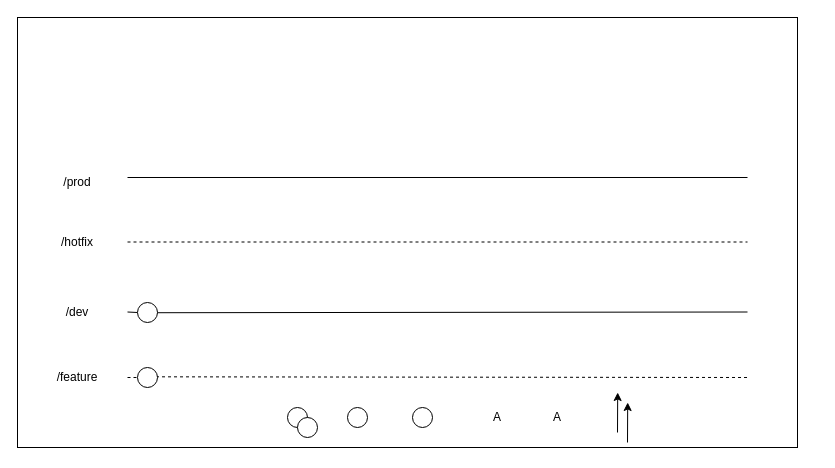
Above: branches.drawio in Sri-git-acc/python (draw.io), before the change. Source tidied: cells renumbered, new cells numbered last; positions are measured from the earlier drawing's top-left corner, leaving out a move shared by most shapes. Both pictures are drawn from the tidied source at 100%, with x=0, y=0 at pixel (17, 17).
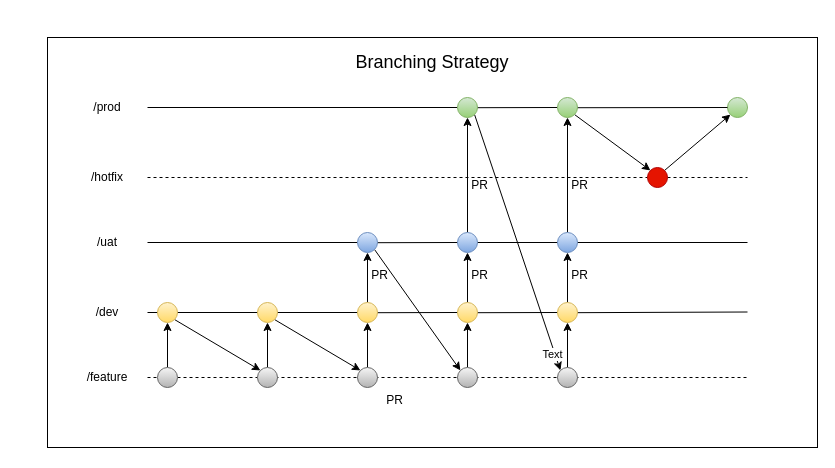
Above is the later version.

What changed in the source:
```diff
@@
     <mxCell id="2" style="rounded=0;whiteSpace=wrap;html=1;" parent="1" vertex="1">
-      <mxGeometry width="780" height="430" as="geometry" />
+      <mxGeometry x="30" y="20" width="770" height="410" as="geometry" />
     </mxCell>
-    <mxCell id="3" style="endArrow=none;html=1;rounded=0;entryX=0.179;entryY=0.512;entryDx=0;entryDy=0;entryPerimeter=0;" parent="1" edge="1" source="19">
+    <mxCell id="3" style="endArrow=none;html=1;rounded=0;" parent="1" edge="1" source="19">
       <mxGeometry relative="1" as="geometry">
-        <mxPoint x="110" y="294.5" as="targetPoint" />
+        <mxPoint x="130" y="295" as="targetPoint" />
       </mxGeometry>
     </mxCell>
-    <mxCell id="4" style="endArrow=none;dashed=1;html=1;rounded=0;exitX=0.026;exitY=0.465;exitDx=0;exitDy=0;exitPerimeter=0;" parent="1" edge="1">
+    <mxCell id="4" style="endArrow=none;dashed=1;html=1;rounded=0;exitX=1;exitY=0.5;exitDx=0;exitDy=0;" parent="1" edge="1" source="67">
       <mxGeometry relative="1" as="geometry">
-        <mxPoint x="110" y="224.5" as="sourcePoint" />
-        <mxPoint x="730" y="224.5" as="targetPoint" />
+        <mxPoint x="730" y="160" as="targetPoint" />
       </mxGeometry>
     </mxCell>
-    <mxCell id="5" style="endArrow=none;dashed=1;html=1;rounded=0;exitX=0.026;exitY=0.465;exitDx=0;exitDy=0;exitPerimeter=0;" parent="1" edge="1" source="7">
+    <mxCell id="5" style="endArrow=none;dashed=1;html=1;rounded=0;exitX=0;exitY=0.5;exitDx=0;exitDy=0;" parent="1" edge="1" source="70">
       <mxGeometry relative="1" as="geometry">
         <mxPoint x="730" y="360" as="targetPoint" />
       </mxGeometry>
     </mxCell>
-    <mxCell id="6" style="endArrow=none;dashed=1;html=1;rounded=0;exitX=0.026;exitY=0.465;exitDx=0;exitDy=0;exitPerimeter=0;" parent="1" edge="1" target="7">
-      <mxGeometry relative="1" as="geometry">
-        <mxPoint x="110" y="360" as="sourcePoint" />
-      </mxGeometry>
-    </mxCell>
-    <mxCell id="7" style="ellipse;whiteSpace=wrap;html=1;" parent="1" vertex="1">
-      <mxGeometry x="120" y="350" width="20" height="20" as="geometry" />
-    </mxCell>
-    <mxCell id="8" style="ellipse;whiteSpace=wrap;html=1;" parent="1" vertex="1">
-      <mxGeometry x="270" y="390" width="20" height="20" as="geometry" />
-    </mxCell>
-    <mxCell id="9" style="ellipse;whiteSpace=wrap;html=1;" parent="1" vertex="1">
-      <mxGeometry x="395" y="390" width="20" height="20" as="geometry" />
-    </mxCell>
-    <mxCell id="10" style="ellipse;whiteSpace=wrap;html=1;" parent="1" vertex="1">
-      <mxGeometry x="330" y="390" width="20" height="20" as="geometry" />
-    </mxCell>
-    <mxCell id="11" style="endArrow=none;html=1;rounded=0;entryX=0.179;entryY=0.512;entryDx=0;entryDy=0;entryPerimeter=0;" parent="1" edge="1">
-      <mxGeometry relative="1" as="geometry">
-        <mxPoint x="730" y="160" as="sourcePoint" />
-        <mxPoint x="110" y="160" as="targetPoint" />
-      </mxGeometry>
-    </mxCell>
     <mxCell id="12" value="/dev" style="text;html=1;whiteSpace=wrap;strokeColor=none;fillColor=none;align=center;verticalAlign=middle;rounded=0;" parent="1" vertex="1">
-      <mxGeometry x="30" y="280" width="60" height="30" as="geometry" />
+      <mxGeometry x="60" y="280" width="60" height="30" as="geometry" />
     </mxCell>
     <mxCell id="13" value="/feature" style="text;html=1;whiteSpace=wrap;strokeColor=none;fillColor=none;align=center;verticalAlign=middle;rounded=0;" parent="1" vertex="1">
-      <mxGeometry x="30" y="345" width="60" height="30" as="geometry" />
+      <mxGeometry x="60" y="345" width="60" height="30" as="geometry" />
     </mxCell>
     <mxCell id="14" value="/hotfix" style="text;html=1;whiteSpace=wrap;strokeColor=none;fillColor=none;align=center;verticalAlign=middle;rounded=0;" parent="1" vertex="1">
-      <mxGeometry x="30" y="210" width="60" height="30" as="geometry" />
+      <mxGeometry x="60" y="145" width="60" height="30" as="geometry" />
     </mxCell>
     <mxCell id="15" value="/prod" style="text;html=1;whiteSpace=wrap;strokeColor=none;fillColor=none;align=center;verticalAlign=middle;rounded=0;" parent="1" vertex="1">
-      <mxGeometry x="30" y="150" width="60" height="30" as="geometry" />
+      <mxGeometry x="60" y="75" width="60" height="30" as="geometry" />
     </mxCell>
-    <mxCell id="16" value="A" style="text;html=1;whiteSpace=wrap;strokeColor=none;fillColor=none;align=center;verticalAlign=middle;rounded=0;" parent="1" vertex="1">
-      <mxGeometry x="470" y="390" width="20" height="20" as="geometry" />
-    </mxCell>
-    <mxCell id="17" value="A" style="text;html=1;whiteSpace=wrap;strokeColor=none;fillColor=none;align=center;verticalAlign=middle;rounded=0;" parent="1" vertex="1">
-      <mxGeometry x="530" y="390" width="20" height="20" as="geometry" />
-    </mxCell>
-    <mxCell id="18" style="endArrow=none;html=1;rounded=0;entryX=0.179;entryY=0.512;entryDx=0;entryDy=0;entryPerimeter=0;" parent="1" edge="1" target="19">
-      <mxGeometry relative="1" as="geometry">
-        <mxPoint x="730" y="294.5" as="sourcePoint" />
-      </mxGeometry>
+    <mxCell id="18" style="endArrow=none;html=1;rounded=0;entryX=0;entryY=0.5;entryDx=0;entryDy=0;" parent="1" edge="1" source="31" target="19">
+      <mxGeometry relative="1" as="geometry" />
     </mxCell>
+    <mxCell id="23" style="rounded=0;jettySize=auto;html=1;exitX=1;exitY=1;exitDx=0;exitDy=0;entryX=0;entryY=0;entryDx=0;entryDy=0;" parent="1" edge="1" source="19" target="22">
+      <mxGeometry relative="1" as="geometry" />
+    </mxCell>
-    <mxCell id="19" style="ellipse;whiteSpace=wrap;html=1;" parent="1" vertex="1">
-      <mxGeometry x="120" y="285" width="20" height="20" as="geometry" />
+    <mxCell id="19" style="ellipse;whiteSpace=wrap;html=1;fillColor=#fff2cc;gradientColor=#ffd966;strokeColor=#d6b656;" parent="1" vertex="1">
+      <mxGeometry x="140" y="285" width="20" height="20" as="geometry" />
     </mxCell>
-    <mxCell id="20" style="endArrow=classic;html=1;rounded=0;" parent="1" edge="1">
-      <mxGeometry relative="1" as="geometry">
-        <mxPoint x="600" y="415" as="sourcePoint" />
-        <mxPoint x="600.2" y="375" as="targetPoint" />
-      </mxGeometry>
-    </mxCell>
-    <mxCell id="21" style="endArrow=classic;html=1;rounded=0;" parent="1" edge="1">
-      <mxGeometry relative="1" as="geometry">
-        <mxPoint x="610" y="425" as="sourcePoint" />
-        <mxPoint x="610.2" y="385" as="targetPoint" />
-      </mxGeometry>
-    </mxCell>
+    <mxCell id="24" style="endArrow=none;dashed=1;html=1;rounded=0;entryX=0;entryY=0.5;entryDx=0;entryDy=0;" parent="1" edge="1" source="10" target="22">
+      <mxGeometry relative="1" as="geometry" />
+    </mxCell>
+    <mxCell id="25" style="endArrow=none;dashed=1;html=1;rounded=0;exitX=0;exitY=0.5;exitDx=0;exitDy=0;" parent="1" edge="1" source="22" target="72">
+      <mxGeometry relative="1" as="geometry" />
+    </mxCell>
+    <mxCell id="26" style="edgeStyle=orthogonalEdgeStyle;rounded=0;jettySize=auto;html=1;exitX=0.5;exitY=0;exitDx=0;exitDy=0;entryX=0.5;entryY=1;entryDx=0;entryDy=0;" parent="1" edge="1" source="22" target="31">
+      <mxGeometry relative="1" as="geometry" />
+    </mxCell>
-    <mxCell id="22" style="ellipse;whiteSpace=wrap;html=1;" parent="1" vertex="1">
-      <mxGeometry x="280" y="400" width="20" height="20" as="geometry" />
+    <mxCell id="22" style="ellipse;whiteSpace=wrap;html=1;fillColor=#f5f5f5;gradientColor=#b3b3b3;strokeColor=#666666;" parent="1" vertex="1">
+      <mxGeometry x="240" y="350" width="20" height="20" as="geometry" />
     </mxCell>
+    <mxCell id="27" style="endArrow=none;dashed=1;html=1;rounded=0;" parent="1" edge="1" target="10">
+      <mxGeometry relative="1" as="geometry">
+        <mxPoint x="130" y="360" as="sourcePoint" />
+      </mxGeometry>
+    </mxCell>
+    <mxCell id="28" style="rounded=0;jettySize=auto;html=1;exitX=0.5;exitY=0;exitDx=0;exitDy=0;entryX=0.5;entryY=1;entryDx=0;entryDy=0;" parent="1" edge="1" source="10" target="19">
+      <mxGeometry relative="1" as="geometry" />
+    </mxCell>
+    <mxCell id="10" style="ellipse;whiteSpace=wrap;html=1;fillColor=#f5f5f5;gradientColor=#b3b3b3;strokeColor=#666666;" parent="1" vertex="1">
+      <mxGeometry x="140" y="350" width="20" height="20" as="geometry" />
+    </mxCell>
+    <mxCell id="29" style="endArrow=none;html=1;rounded=0;entryX=0;entryY=0.5;entryDx=0;entryDy=0;" parent="1" edge="1" source="34" target="31">
+      <mxGeometry relative="1" as="geometry" />
+    </mxCell>
+    <mxCell id="30" style="rounded=0;jettySize=auto;html=1;exitX=1;exitY=1;exitDx=0;exitDy=0;entryX=0;entryY=0;entryDx=0;entryDy=0;" parent="1" edge="1" source="31" target="72">
+      <mxGeometry relative="1" as="geometry" />
+    </mxCell>
+    <mxCell id="31" style="ellipse;whiteSpace=wrap;html=1;fillColor=#fff2cc;gradientColor=#ffd966;strokeColor=#d6b656;" parent="1" vertex="1">
+      <mxGeometry x="240" y="285" width="20" height="20" as="geometry" />
+    </mxCell>
+    <mxCell id="32" style="endArrow=none;html=1;rounded=0;entryX=0.179;entryY=0.512;entryDx=0;entryDy=0;entryPerimeter=0;" parent="1" edge="1" source="44" target="34">
+      <mxGeometry relative="1" as="geometry" />
+    </mxCell>
+    <mxCell id="33" style="edgeStyle=orthogonalEdgeStyle;rounded=0;jettySize=auto;html=1;exitX=0.5;exitY=0;exitDx=0;exitDy=0;entryX=0.5;entryY=1;entryDx=0;entryDy=0;" parent="1" edge="1" source="34" target="40">
+      <mxGeometry relative="1" as="geometry" />
+    </mxCell>
+    <mxCell id="34" style="ellipse;whiteSpace=wrap;html=1;fillColor=#fff2cc;gradientColor=#ffd966;strokeColor=#d6b656;" parent="1" vertex="1">
+      <mxGeometry x="340" y="285" width="20" height="20" as="geometry" />
+    </mxCell>
+    <mxCell id="35" style="endArrow=none;html=1;rounded=0;" parent="1" edge="1" source="40">
+      <mxGeometry relative="1" as="geometry">
+        <mxPoint x="130" y="225" as="targetPoint" />
+      </mxGeometry>
+    </mxCell>
+    <mxCell id="36" style="endArrow=none;html=1;rounded=0;" parent="1" edge="1" source="9">
+      <mxGeometry relative="1" as="geometry">
+        <mxPoint x="130" y="90" as="targetPoint" />
+      </mxGeometry>
+    </mxCell>
+    <mxCell id="37" value="/uat" style="text;html=1;whiteSpace=wrap;strokeColor=none;fillColor=none;align=center;verticalAlign=middle;rounded=0;" parent="1" vertex="1">
+      <mxGeometry x="60" y="210" width="60" height="30" as="geometry" />
+    </mxCell>
+    <mxCell id="38" style="endArrow=none;html=1;rounded=0;entryX=0.179;entryY=0.512;entryDx=0;entryDy=0;entryPerimeter=0;" parent="1" edge="1" source="47" target="40">
+      <mxGeometry relative="1" as="geometry" />
+    </mxCell>
+    <mxCell id="39" style="rounded=0;jettySize=auto;html=1;exitX=1;exitY=1;exitDx=0;exitDy=0;entryX=0;entryY=0;entryDx=0;entryDy=0;" parent="1" edge="1" source="40" target="71">
+      <mxGeometry relative="1" as="geometry" />
+    </mxCell>
+    <mxCell id="40" style="ellipse;whiteSpace=wrap;html=1;fillColor=#dae8fc;strokeColor=#6c8ebf;gradientColor=#7ea6e0;" parent="1" vertex="1">
+      <mxGeometry x="340" y="215" width="20" height="20" as="geometry" />
+    </mxCell>
+    <mxCell id="41" style="edgeStyle=orthogonalEdgeStyle;rounded=0;jettySize=auto;html=1;exitX=0.5;exitY=0;exitDx=0;exitDy=0;entryX=0.5;entryY=1;entryDx=0;entryDy=0;" parent="1" edge="1" source="72" target="34">
+      <mxGeometry relative="1" as="geometry" />
+    </mxCell>
+    <mxCell id="42" style="endArrow=none;html=1;rounded=0;entryX=0.179;entryY=0.512;entryDx=0;entryDy=0;entryPerimeter=0;" parent="1" edge="1" source="69" target="44">
+      <mxGeometry relative="1" as="geometry" />
+    </mxCell>
+    <mxCell id="43" style="edgeStyle=orthogonalEdgeStyle;rounded=0;jettySize=auto;html=1;exitX=0.5;exitY=0;exitDx=0;exitDy=0;entryX=0.5;entryY=1;entryDx=0;entryDy=0;" parent="1" edge="1" source="44" target="47">
+      <mxGeometry relative="1" as="geometry" />
+    </mxCell>
+    <mxCell id="44" style="ellipse;whiteSpace=wrap;html=1;fillColor=#fff2cc;gradientColor=#ffd966;strokeColor=#d6b656;" parent="1" vertex="1">
+      <mxGeometry x="440" y="285" width="20" height="20" as="geometry" />
+    </mxCell>
+    <mxCell id="45" style="endArrow=none;html=1;rounded=0;entryX=0;entryY=0.5;entryDx=0;entryDy=0;" parent="1" edge="1" source="61" target="47">
+      <mxGeometry relative="1" as="geometry" />
+    </mxCell>
+    <mxCell id="46" style="edgeStyle=orthogonalEdgeStyle;rounded=0;jettySize=auto;html=1;exitX=0.5;exitY=0;exitDx=0;exitDy=0;entryX=0.5;entryY=1;entryDx=0;entryDy=0;" parent="1" edge="1" source="47" target="9">
+      <mxGeometry relative="1" as="geometry" />
+    </mxCell>
+    <mxCell id="47" style="ellipse;whiteSpace=wrap;html=1;fillColor=#dae8fc;strokeColor=#6c8ebf;gradientColor=#7ea6e0;" parent="1" vertex="1">
+      <mxGeometry x="440" y="215" width="20" height="20" as="geometry" />
+    </mxCell>
+    <mxCell id="48" style="endArrow=none;html=1;rounded=0;entryX=0.179;entryY=0.512;entryDx=0;entryDy=0;entryPerimeter=0;" parent="1" edge="1" source="64" target="9">
+      <mxGeometry relative="1" as="geometry" />
+    </mxCell>
+    <mxCell id="49" style="rounded=0;jettySize=auto;html=1;exitX=1;exitY=1;exitDx=0;exitDy=0;entryX=0;entryY=0;entryDx=0;entryDy=0;" parent="1" edge="1" source="9" target="70">
+      <mxGeometry relative="1" as="geometry" />
+    </mxCell>
+    <mxCell id="50" value="Text" style="edgeLabel;html=1;align=center;verticalAlign=middle;" parent="49" vertex="1">
+      <mxGeometry x="0.87" y="-3" relative="1" as="geometry" />
+    </mxCell>
+    <mxCell id="9" style="ellipse;whiteSpace=wrap;html=1;fillColor=#d5e8d4;gradientColor=#97d077;strokeColor=#82b366;" parent="1" vertex="1">
+      <mxGeometry x="440" y="80" width="20" height="20" as="geometry" />
+    </mxCell>
+    <mxCell id="51" style="endArrow=none;dashed=1;html=1;rounded=0;exitX=0;exitY=0.5;exitDx=0;exitDy=0;entryX=0;entryY=0.5;entryDx=0;entryDy=0;" parent="1" edge="1" source="72" target="71">
+      <mxGeometry relative="1" as="geometry" />
+    </mxCell>
+    <mxCell id="52" style="edgeStyle=orthogonalEdgeStyle;rounded=0;jettySize=auto;html=1;exitX=0.5;exitY=0;exitDx=0;exitDy=0;entryX=0.5;entryY=1;entryDx=0;entryDy=0;" parent="1" edge="1" source="71" target="44">
+      <mxGeometry relative="1" as="geometry" />
+    </mxCell>
+    <mxCell id="53" style="endArrow=none;dashed=1;html=1;rounded=0;exitX=0;exitY=0.5;exitDx=0;exitDy=0;entryX=0;entryY=0.5;entryDx=0;entryDy=0;" parent="1" edge="1" source="71" target="70">
+      <mxGeometry relative="1" as="geometry" />
+    </mxCell>
+    <mxCell id="54" style="edgeStyle=orthogonalEdgeStyle;rounded=0;jettySize=auto;html=1;exitX=0.5;exitY=0;exitDx=0;exitDy=0;entryX=0.5;entryY=1;entryDx=0;entryDy=0;" parent="1" edge="1" source="70" target="69">
+      <mxGeometry relative="1" as="geometry" />
+    </mxCell>
+    <mxCell id="55" style="endArrow=none;dashed=1;html=1;rounded=0;exitX=0;exitY=0.5;exitDx=0;exitDy=0;" parent="1" edge="1">
+      <mxGeometry relative="1" as="geometry">
+        <mxPoint x="460" y="360" as="sourcePoint" />
+        <mxPoint x="460" y="360" as="targetPoint" />
+      </mxGeometry>
+    </mxCell>
+    <mxCell id="56" style="endArrow=none;html=1;rounded=0;entryX=0.179;entryY=0.512;entryDx=0;entryDy=0;entryPerimeter=0;" parent="1" edge="1" target="57">
+      <mxGeometry relative="1" as="geometry">
+        <mxPoint x="730" y="90" as="sourcePoint" />
+      </mxGeometry>
+    </mxCell>
+    <mxCell id="57" style="ellipse;whiteSpace=wrap;html=1;fillColor=#d5e8d4;gradientColor=#97d077;strokeColor=#82b366;" parent="1" vertex="1">
+      <mxGeometry x="710" y="80" width="20" height="20" as="geometry" />
+    </mxCell>
+    <mxCell id="58" style="edgeStyle=orthogonalEdgeStyle;rounded=0;jettySize=auto;html=1;exitX=0.5;exitY=0;exitDx=0;exitDy=0;entryX=0.5;entryY=1;entryDx=0;entryDy=0;" parent="1" edge="1" source="69" target="61">
+      <mxGeometry relative="1" as="geometry" />
+    </mxCell>
+    <mxCell id="59" style="endArrow=none;html=1;rounded=0;entryX=0;entryY=0.5;entryDx=0;entryDy=0;" parent="1" edge="1" target="61">
+      <mxGeometry relative="1" as="geometry">
+        <mxPoint x="730" y="225" as="sourcePoint" />
+      </mxGeometry>
+    </mxCell>
+    <mxCell id="60" style="edgeStyle=orthogonalEdgeStyle;rounded=0;jettySize=auto;html=1;exitX=0.5;exitY=0;exitDx=0;exitDy=0;entryX=0.5;entryY=1;entryDx=0;entryDy=0;" parent="1" edge="1" source="61" target="64">
+      <mxGeometry relative="1" as="geometry" />
+    </mxCell>
+    <mxCell id="61" style="ellipse;whiteSpace=wrap;html=1;fillColor=#dae8fc;strokeColor=#6c8ebf;gradientColor=#7ea6e0;" parent="1" vertex="1">
+      <mxGeometry x="540" y="215" width="20" height="20" as="geometry" />
+    </mxCell>
+    <mxCell id="62" style="endArrow=none;html=1;rounded=0;entryX=0.179;entryY=0.512;entryDx=0;entryDy=0;entryPerimeter=0;" parent="1" edge="1" source="57" target="64">
+      <mxGeometry relative="1" as="geometry" />
+    </mxCell>
+    <mxCell id="63" style="rounded=0;jettySize=auto;html=1;exitX=1;exitY=1;exitDx=0;exitDy=0;entryX=0;entryY=0;entryDx=0;entryDy=0;" parent="1" edge="1" source="64" target="67">
+      <mxGeometry relative="1" as="geometry" />
+    </mxCell>
+    <mxCell id="64" style="ellipse;whiteSpace=wrap;html=1;fillColor=#d5e8d4;gradientColor=#97d077;strokeColor=#82b366;" parent="1" vertex="1">
+      <mxGeometry x="540" y="80" width="20" height="20" as="geometry" />
+    </mxCell>
+    <mxCell id="65" style="endArrow=none;dashed=1;html=1;rounded=0;entryX=0;entryY=0.5;entryDx=0;entryDy=0;" parent="1" edge="1" target="67">
+      <mxGeometry relative="1" as="geometry">
+        <mxPoint x="130" y="160" as="sourcePoint" />
+      </mxGeometry>
+    </mxCell>
+    <mxCell id="66" style="rounded=0;jettySize=auto;html=1;exitX=1;exitY=0;exitDx=0;exitDy=0;entryX=0;entryY=1;entryDx=0;entryDy=0;" parent="1" edge="1" source="67" target="57">
+      <mxGeometry relative="1" as="geometry" />
+    </mxCell>
+    <mxCell id="67" style="ellipse;whiteSpace=wrap;html=1;fillColor=#e51400;fontColor=#ffffff;strokeColor=#B20000;" parent="1" vertex="1">
+      <mxGeometry x="630" y="150" width="20" height="20" as="geometry" />
+    </mxCell>
+    <mxCell id="68" style="endArrow=none;html=1;rounded=0;entryX=0.179;entryY=0.512;entryDx=0;entryDy=0;entryPerimeter=0;" parent="1" edge="1" target="69">
+      <mxGeometry relative="1" as="geometry">
+        <mxPoint x="730" y="294.5" as="sourcePoint" />
+      </mxGeometry>
+    </mxCell>
+    <mxCell id="69" style="ellipse;whiteSpace=wrap;html=1;fillColor=#fff2cc;gradientColor=#ffd966;strokeColor=#d6b656;" parent="1" vertex="1">
+      <mxGeometry x="540" y="285" width="20" height="20" as="geometry" />
+    </mxCell>
+    <mxCell id="70" style="ellipse;whiteSpace=wrap;html=1;fillColor=#f5f5f5;gradientColor=#b3b3b3;strokeColor=#666666;" parent="1" vertex="1">
+      <mxGeometry x="540" y="350" width="20" height="20" as="geometry" />
+    </mxCell>
+    <mxCell id="71" style="ellipse;whiteSpace=wrap;html=1;fillColor=#f5f5f5;gradientColor=#b3b3b3;strokeColor=#666666;" parent="1" vertex="1">
+      <mxGeometry x="440" y="350" width="20" height="20" as="geometry" />
+    </mxCell>
+    <mxCell id="72" style="ellipse;whiteSpace=wrap;html=1;fillColor=#f5f5f5;gradientColor=#b3b3b3;strokeColor=#666666;" parent="1" vertex="1">
+      <mxGeometry x="340" y="350" width="20" height="20" as="geometry" />
+    </mxCell>
+    <mxCell id="73" value="PR" style="text;html=1;whiteSpace=wrap;strokeColor=none;fillColor=none;align=center;verticalAlign=middle;rounded=0;" parent="1" vertex="1">
+      <mxGeometry x="355" y="375" width="45" height="15" as="geometry" />
+    </mxCell>
+    <mxCell id="74" value="PR" style="text;html=1;whiteSpace=wrap;strokeColor=none;fillColor=none;align=center;verticalAlign=middle;rounded=0;" parent="1" vertex="1">
+      <mxGeometry x="540" y="160" width="45" height="15" as="geometry" />
+    </mxCell>
+    <mxCell id="75" value="PR" style="text;html=1;whiteSpace=wrap;strokeColor=none;fillColor=none;align=center;verticalAlign=middle;rounded=0;" parent="1" vertex="1">
+      <mxGeometry x="440" y="250" width="45" height="15" as="geometry" />
+    </mxCell>
+    <mxCell id="76" value="PR" style="text;html=1;whiteSpace=wrap;strokeColor=none;fillColor=none;align=center;verticalAlign=middle;rounded=0;" parent="1" vertex="1">
+      <mxGeometry x="340" y="250" width="45" height="15" as="geometry" />
+    </mxCell>
+    <mxCell id="77" value="PR" style="text;html=1;whiteSpace=wrap;strokeColor=none;fillColor=none;align=center;verticalAlign=middle;rounded=0;" parent="1" vertex="1">
+      <mxGeometry x="540" y="250" width="45" height="15" as="geometry" />
+    </mxCell>
+    <mxCell id="78" value="PR" style="text;html=1;whiteSpace=wrap;strokeColor=none;fillColor=none;align=center;verticalAlign=middle;rounded=0;" parent="1" vertex="1">
+      <mxGeometry x="440" y="160" width="45" height="15" as="geometry" />
+    </mxCell>
+    <mxCell id="79" value="&lt;font style=&quot;font-size: 18px;&quot;&gt;Branching Strategy&lt;/font&gt;" style="text;html=1;whiteSpace=wrap;strokeColor=none;fillColor=none;align=center;verticalAlign=middle;rounded=0;" parent="1" vertex="1">
+      <mxGeometry x="325" y="20" width="180" height="50" as="geometry" />
+    </mxCell>
```
